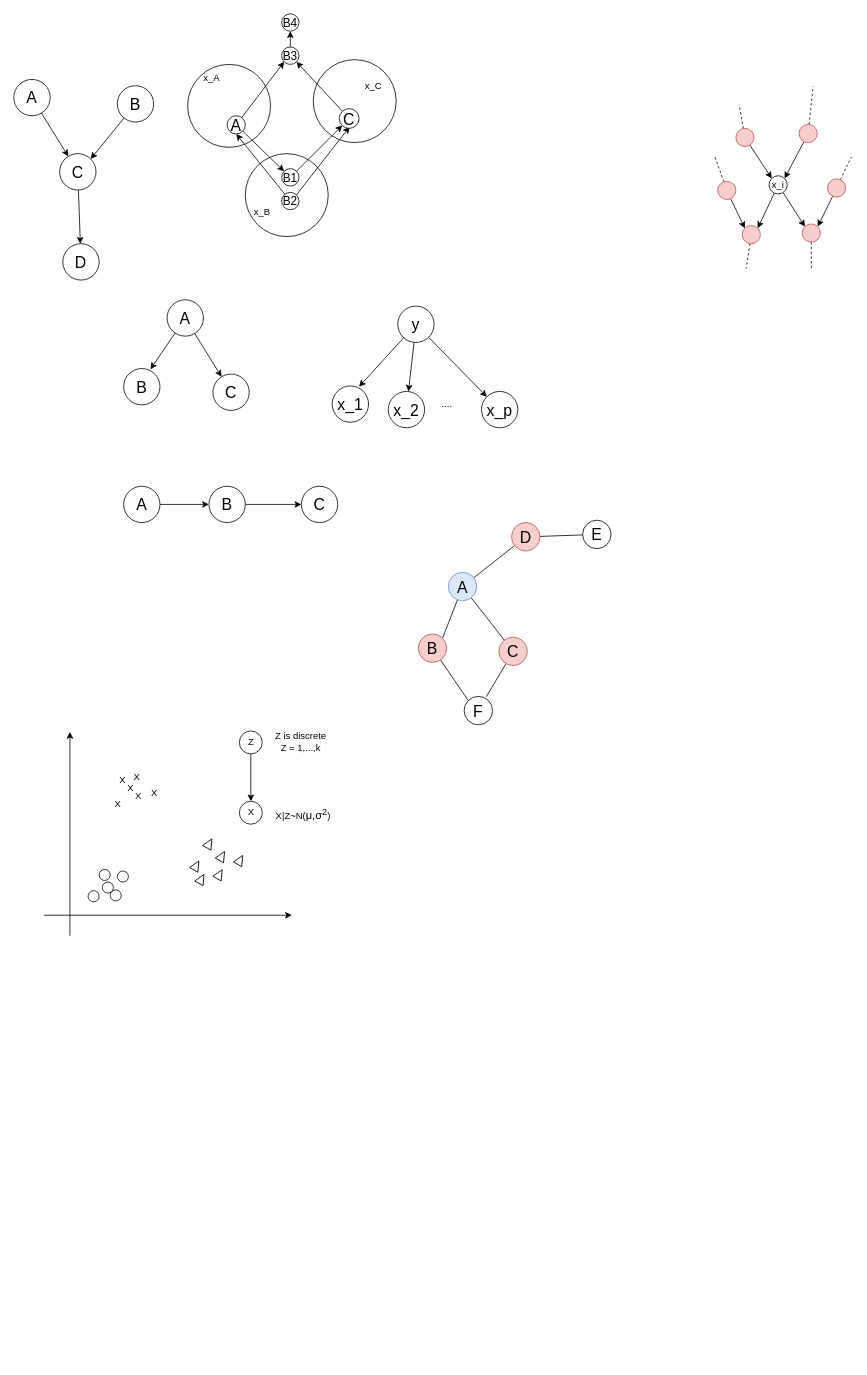
Before: bayes_mrf/img.drawio in soloistben/images, a draw.io diagram. Source tidied: cells renumbered, new cells numbered last; positions are measured from the earlier drawing's top-left corner, leaving out a move shared by most shapes. Both pictures are drawn from the tidied source at 79%, with x=0, y=0 at pixel (13, 13).
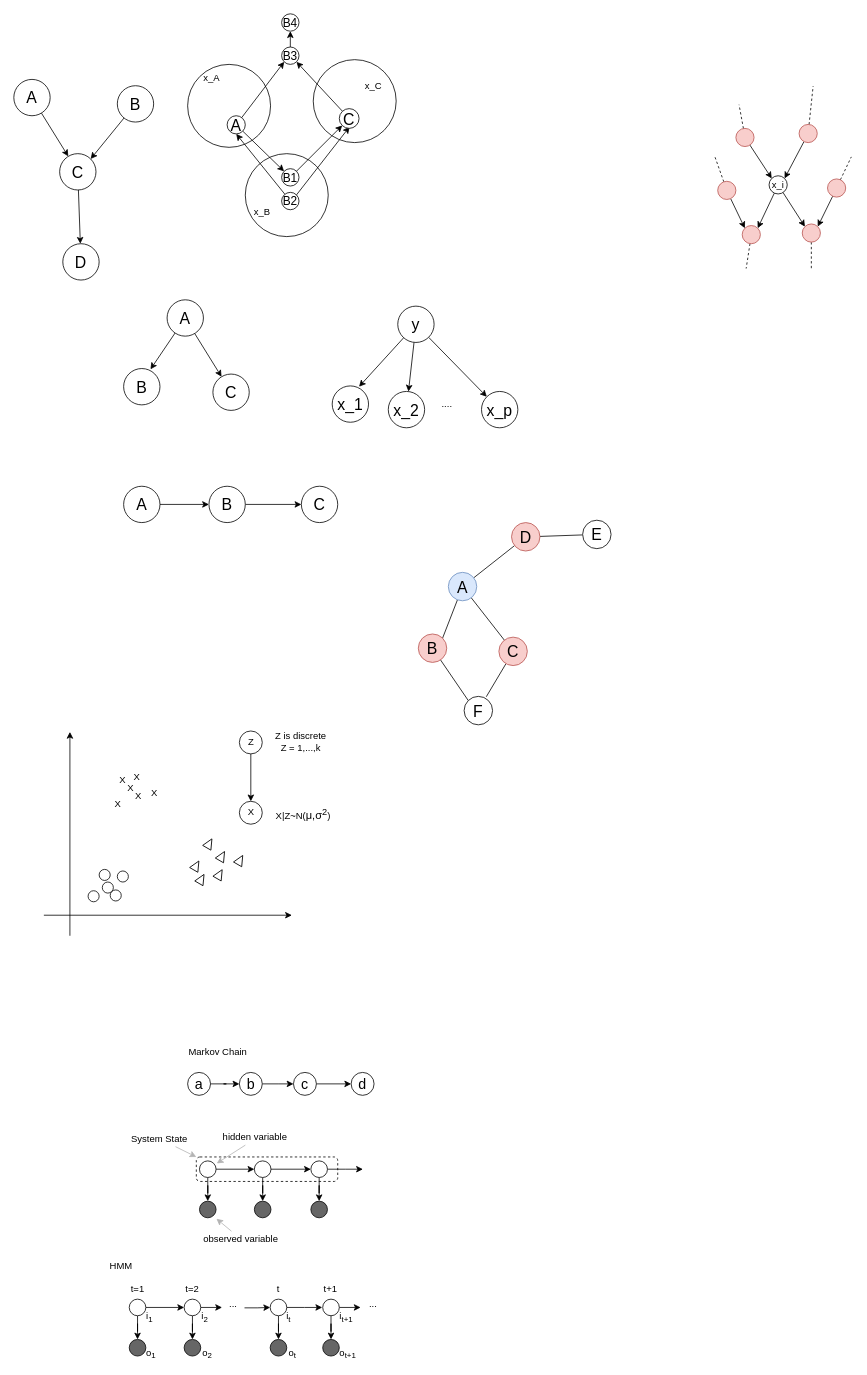
After the change.

Change to the diagram source:
```diff
@@
+    <mxCell id="101" style="rounded=1;whiteSpace=wrap;html=1;fillColor=none;dashed=1;" parent="1" vertex="1">
+      <mxGeometry x="231" y="1447" width="179" height="31" as="geometry" />
+    </mxCell>
@@
+    <mxCell id="102" style="edgeStyle=orthogonalEdgeStyle;rounded=0;jettySize=auto;html=1;entryX=0;entryY=0.5;entryDx=0;entryDy=0;" parent="1" edge="1" source="103" target="105">
+      <mxGeometry relative="1" as="geometry" />
+    </mxCell>
+    <mxCell id="103" value="&lt;font style=&quot;font-size: 18px&quot;&gt;a&lt;/font&gt;" style="ellipse;whiteSpace=wrap;html=1;" parent="1" vertex="1">
+      <mxGeometry x="220" y="1340" width="29" height="29" as="geometry" />
+    </mxCell>
+    <mxCell id="104" style="edgeStyle=orthogonalEdgeStyle;rounded=0;jettySize=auto;html=1;entryX=0;entryY=0.5;entryDx=0;entryDy=0;" parent="1" edge="1" source="105" target="107">
+      <mxGeometry relative="1" as="geometry" />
+    </mxCell>
+    <mxCell id="105" value="&lt;font style=&quot;font-size: 18px&quot;&gt;b&lt;/font&gt;" style="ellipse;whiteSpace=wrap;html=1;" parent="1" vertex="1">
+      <mxGeometry x="285.5" y="1340" width="29" height="29" as="geometry" />
+    </mxCell>
+    <mxCell id="106" style="edgeStyle=orthogonalEdgeStyle;rounded=0;jettySize=auto;html=1;entryX=0;entryY=0.5;entryDx=0;entryDy=0;" parent="1" edge="1" source="107" target="108">
+      <mxGeometry relative="1" as="geometry" />
+    </mxCell>
+    <mxCell id="107" value="&lt;font style=&quot;font-size: 18px&quot;&gt;c&lt;/font&gt;" style="ellipse;whiteSpace=wrap;html=1;" parent="1" vertex="1">
+      <mxGeometry x="354" y="1340" width="29" height="29" as="geometry" />
+    </mxCell>
+    <mxCell id="108" value="&lt;font style=&quot;font-size: 18px&quot;&gt;d&lt;/font&gt;" style="ellipse;whiteSpace=wrap;html=1;" parent="1" vertex="1">
+      <mxGeometry x="427" y="1340" width="29" height="29" as="geometry" />
+    </mxCell>
+    <mxCell id="109" value="Markov Chain" style="text;html=1;align=center;verticalAlign=middle;" parent="1" vertex="1">
+      <mxGeometry x="216" y="1306" width="84" height="18" as="geometry" />
+    </mxCell>
+    <mxCell id="110" style="edgeStyle=orthogonalEdgeStyle;rounded=0;jettySize=auto;html=1;entryX=0.5;entryY=0;entryDx=0;entryDy=0;" parent="1" edge="1" source="112" target="119">
+      <mxGeometry relative="1" as="geometry" />
+    </mxCell>
+    <mxCell id="111" style="edgeStyle=orthogonalEdgeStyle;rounded=0;jettySize=auto;html=1;entryX=0;entryY=0.5;entryDx=0;entryDy=0;" parent="1" edge="1" source="112" target="115">
+      <mxGeometry relative="1" as="geometry" />
+    </mxCell>
+    <mxCell id="112" style="ellipse;whiteSpace=wrap;html=1;" parent="1" vertex="1">
+      <mxGeometry x="235" y="1452" width="21" height="21" as="geometry" />
+    </mxCell>
+    <mxCell id="113" style="edgeStyle=orthogonalEdgeStyle;rounded=0;jettySize=auto;html=1;entryX=0;entryY=0.5;entryDx=0;entryDy=0;" parent="1" edge="1" source="115" target="118">
+      <mxGeometry relative="1" as="geometry" />
+    </mxCell>
+    <mxCell id="114" style="edgeStyle=orthogonalEdgeStyle;rounded=0;jettySize=auto;html=1;entryX=0.5;entryY=0;entryDx=0;entryDy=0;" parent="1" edge="1" source="115" target="120">
+      <mxGeometry relative="1" as="geometry" />
+    </mxCell>
+    <mxCell id="115" style="ellipse;whiteSpace=wrap;html=1;" parent="1" vertex="1">
+      <mxGeometry x="304.5" y="1452" width="21" height="21" as="geometry" />
+    </mxCell>
+    <mxCell id="116" style="edgeStyle=orthogonalEdgeStyle;rounded=0;jettySize=auto;html=1;entryX=0.5;entryY=0;entryDx=0;entryDy=0;" parent="1" edge="1" source="118" target="121">
+      <mxGeometry relative="1" as="geometry" />
+    </mxCell>
+    <mxCell id="117" style="edgeStyle=orthogonalEdgeStyle;rounded=0;jettySize=auto;html=1;" parent="1" edge="1" source="118">
+      <mxGeometry relative="1" as="geometry">
+        <mxPoint x="441.9" y="1462.5" as="targetPoint" />
+      </mxGeometry>
+    </mxCell>
+    <mxCell id="118" style="ellipse;whiteSpace=wrap;html=1;" parent="1" vertex="1">
+      <mxGeometry x="376" y="1452" width="21" height="21" as="geometry" />
+    </mxCell>
+    <mxCell id="119" style="ellipse;whiteSpace=wrap;html=1;fillColor=#666666;" parent="1" vertex="1">
+      <mxGeometry x="235" y="1503" width="21" height="21" as="geometry" />
+    </mxCell>
+    <mxCell id="120" style="ellipse;whiteSpace=wrap;html=1;fillColor=#666666;" parent="1" vertex="1">
+      <mxGeometry x="304.5" y="1503" width="21" height="21" as="geometry" />
+    </mxCell>
+    <mxCell id="121" style="ellipse;whiteSpace=wrap;html=1;fillColor=#666666;" parent="1" vertex="1">
+      <mxGeometry x="376" y="1503" width="21" height="21" as="geometry" />
+    </mxCell>
+    <mxCell id="122" style="rounded=0;jettySize=auto;html=1;entryX=0;entryY=0;entryDx=0;entryDy=0;strokeColor=#B3B3B3;" parent="1" edge="1" source="123" target="101">
+      <mxGeometry relative="1" as="geometry" />
+    </mxCell>
+    <mxCell id="123" value="System State" style="text;html=1;strokeColor=none;fillColor=none;align=center;verticalAlign=middle;whiteSpace=wrap;rounded=0;dashed=1;" parent="1" vertex="1">
+      <mxGeometry x="145" y="1414" width="79" height="20" as="geometry" />
+    </mxCell>
+    <mxCell id="124" style="edgeStyle=none;rounded=0;orthogonalLoop=1;jettySize=auto;html=1;entryX=1;entryY=0;entryDx=0;entryDy=0;strokeColor=#B3B3B3;" parent="1" edge="1">
+      <mxGeometry relative="1" as="geometry">
+        <mxPoint x="293.1" y="1432" as="sourcePoint" />
+        <mxPoint x="256.9" y="1455.1" as="targetPoint" />
+      </mxGeometry>
+    </mxCell>
+    <mxCell id="125" value="hidden variable" style="text;html=1;strokeColor=none;fillColor=none;align=center;verticalAlign=middle;whiteSpace=wrap;rounded=0;dashed=1;" parent="1" vertex="1">
+      <mxGeometry x="260.5" y="1412" width="88.5" height="20" as="geometry" />
+    </mxCell>
+    <mxCell id="126" style="edgeStyle=none;rounded=0;jettySize=auto;html=1;strokeColor=#B3B3B3;" parent="1" edge="1" source="127">
+      <mxGeometry relative="1" as="geometry">
+        <mxPoint x="256.5" y="1525.2" as="targetPoint" />
+      </mxGeometry>
+    </mxCell>
+    <mxCell id="127" value="observed variable" style="text;html=1;strokeColor=none;fillColor=none;align=center;verticalAlign=middle;whiteSpace=wrap;rounded=0;dashed=1;" parent="1" vertex="1">
+      <mxGeometry x="231" y="1541" width="113" height="20" as="geometry" />
+    </mxCell>
+    <mxCell id="128" style="edgeStyle=orthogonalEdgeStyle;rounded=0;jettySize=auto;html=1;entryX=0.5;entryY=0;entryDx=0;entryDy=0;" parent="1" edge="1" source="130" target="138">
+      <mxGeometry relative="1" as="geometry" />
+    </mxCell>
+    <mxCell id="129" style="edgeStyle=orthogonalEdgeStyle;rounded=0;jettySize=auto;html=1;entryX=0;entryY=0.5;entryDx=0;entryDy=0;" parent="1" edge="1" source="130" target="134">
+      <mxGeometry relative="1" as="geometry" />
+    </mxCell>
+    <mxCell id="130" style="ellipse;whiteSpace=wrap;html=1;" parent="1" vertex="1">
+      <mxGeometry x="146.1" y="1627" width="21" height="21" as="geometry" />
+    </mxCell>
+    <mxCell id="131" style="edgeStyle=orthogonalEdgeStyle;rounded=0;jettySize=auto;html=1;entryX=0;entryY=0.5;entryDx=0;entryDy=0;" parent="1" edge="1" target="137">
+      <mxGeometry relative="1" as="geometry">
+        <mxPoint x="292" y="1638" as="sourcePoint" />
+        <Array as="points">
+          <mxPoint x="308" y="1638" />
+        </Array>
+      </mxGeometry>
+    </mxCell>
+    <mxCell id="132" style="edgeStyle=orthogonalEdgeStyle;rounded=0;jettySize=auto;html=1;entryX=0.5;entryY=0;entryDx=0;entryDy=0;" parent="1" edge="1" source="134" target="139">
+      <mxGeometry relative="1" as="geometry" />
+    </mxCell>
+    <mxCell id="133" style="edgeStyle=none;rounded=0;jettySize=auto;html=1;" parent="1" edge="1" source="134">
+      <mxGeometry relative="1" as="geometry">
+        <mxPoint x="263.6" y="1637.5" as="targetPoint" />
+      </mxGeometry>
+    </mxCell>
+    <mxCell id="134" style="ellipse;whiteSpace=wrap;html=1;" parent="1" vertex="1">
+      <mxGeometry x="215.6" y="1627" width="21" height="21" as="geometry" />
+    </mxCell>
+    <mxCell id="135" style="edgeStyle=orthogonalEdgeStyle;rounded=0;jettySize=auto;html=1;entryX=0.5;entryY=0;entryDx=0;entryDy=0;" parent="1" edge="1" source="137" target="140">
+      <mxGeometry relative="1" as="geometry" />
+    </mxCell>
+    <mxCell id="136" style="edgeStyle=orthogonalEdgeStyle;rounded=0;jettySize=auto;html=1;" parent="1" edge="1" source="137">
+      <mxGeometry relative="1" as="geometry">
+        <mxPoint x="390.4" y="1637.5" as="targetPoint" />
+      </mxGeometry>
+    </mxCell>
+    <mxCell id="137" style="ellipse;whiteSpace=wrap;html=1;" parent="1" vertex="1">
+      <mxGeometry x="324.5" y="1627" width="21" height="21" as="geometry" />
+    </mxCell>
+    <mxCell id="138" style="ellipse;whiteSpace=wrap;html=1;fillColor=#666666;" parent="1" vertex="1">
+      <mxGeometry x="146.1" y="1678" width="21" height="21" as="geometry" />
+    </mxCell>
+    <mxCell id="139" style="ellipse;whiteSpace=wrap;html=1;fillColor=#666666;" parent="1" vertex="1">
+      <mxGeometry x="215.6" y="1678" width="21" height="21" as="geometry" />
+    </mxCell>
+    <mxCell id="140" style="ellipse;whiteSpace=wrap;html=1;fillColor=#666666;" parent="1" vertex="1">
+      <mxGeometry x="324.5" y="1678" width="21" height="21" as="geometry" />
+    </mxCell>
+    <mxCell id="141" value="HMM" style="text;html=1;strokeColor=none;fillColor=none;align=center;verticalAlign=middle;whiteSpace=wrap;rounded=0;dashed=1;" parent="1" vertex="1">
+      <mxGeometry x="115" y="1575" width="42" height="20" as="geometry" />
+    </mxCell>
+    <mxCell id="142" value="t=1" style="text;html=1;strokeColor=none;fillColor=none;align=center;verticalAlign=middle;whiteSpace=wrap;rounded=0;dashed=1;" parent="1" vertex="1">
+      <mxGeometry x="146" y="1605" width="22" height="20" as="geometry" />
+    </mxCell>
+    <mxCell id="143" value="t=2" style="text;html=1;strokeColor=none;fillColor=none;align=center;verticalAlign=middle;whiteSpace=wrap;rounded=0;dashed=1;" parent="1" vertex="1">
+      <mxGeometry x="214.6" y="1605" width="22" height="20" as="geometry" />
+    </mxCell>
+    <mxCell id="144" value="..." style="text;html=1;strokeColor=none;fillColor=none;align=center;verticalAlign=middle;whiteSpace=wrap;rounded=0;dashed=1;" parent="1" vertex="1">
+      <mxGeometry x="267" y="1623" width="22" height="20" as="geometry" />
+    </mxCell>
+    <mxCell id="145" style="edgeStyle=orthogonalEdgeStyle;rounded=0;jettySize=auto;html=1;entryX=0.5;entryY=0;entryDx=0;entryDy=0;" parent="1" edge="1" source="147" target="148">
+      <mxGeometry relative="1" as="geometry" />
+    </mxCell>
+    <mxCell id="146" style="edgeStyle=none;rounded=0;jettySize=auto;html=1;" parent="1" edge="1" source="147">
+      <mxGeometry relative="1" as="geometry">
+        <mxPoint x="439" y="1637.5" as="targetPoint" />
+      </mxGeometry>
+    </mxCell>
+    <mxCell id="147" style="ellipse;whiteSpace=wrap;html=1;" parent="1" vertex="1">
+      <mxGeometry x="391" y="1627" width="21" height="21" as="geometry" />
+    </mxCell>
+    <mxCell id="148" style="ellipse;whiteSpace=wrap;html=1;fillColor=#666666;" parent="1" vertex="1">
+      <mxGeometry x="391" y="1678" width="21" height="21" as="geometry" />
+    </mxCell>
+    <mxCell id="149" value="t+1" style="text;html=1;strokeColor=none;fillColor=none;align=center;verticalAlign=middle;whiteSpace=wrap;rounded=0;dashed=1;" parent="1" vertex="1">
+      <mxGeometry x="390" y="1605" width="22" height="20" as="geometry" />
+    </mxCell>
+    <mxCell id="150" value="..." style="text;html=1;strokeColor=none;fillColor=none;align=center;verticalAlign=middle;whiteSpace=wrap;rounded=0;dashed=1;" parent="1" vertex="1">
+      <mxGeometry x="443.5" y="1623" width="22" height="20" as="geometry" />
+    </mxCell>
+    <mxCell id="151" value="t" style="text;html=1;strokeColor=none;fillColor=none;align=center;verticalAlign=middle;whiteSpace=wrap;rounded=0;dashed=1;" parent="1" vertex="1">
+      <mxGeometry x="324" y="1605" width="22" height="20" as="geometry" />
+    </mxCell>
+    <mxCell id="152" value="i&lt;sub&gt;1&lt;/sub&gt;" style="text;html=1;strokeColor=none;fillColor=none;align=center;verticalAlign=middle;whiteSpace=wrap;rounded=0;dashed=1;" parent="1" vertex="1">
+      <mxGeometry x="161" y="1640" width="22" height="20" as="geometry" />
+    </mxCell>
+    <mxCell id="153" value="i&lt;sub&gt;2&lt;/sub&gt;" style="text;html=1;strokeColor=none;fillColor=none;align=center;verticalAlign=middle;whiteSpace=wrap;rounded=0;dashed=1;" parent="1" vertex="1">
+      <mxGeometry x="231" y="1640" width="22" height="20" as="geometry" />
+    </mxCell>
+    <mxCell id="154" value="i&lt;sub&gt;t&lt;/sub&gt;" style="text;html=1;strokeColor=none;fillColor=none;align=center;verticalAlign=middle;whiteSpace=wrap;rounded=0;dashed=1;" parent="1" vertex="1">
+      <mxGeometry x="337" y="1640" width="22" height="20" as="geometry" />
+    </mxCell>
+    <mxCell id="155" value="i&lt;sub&gt;t+1&lt;/sub&gt;" style="text;html=1;strokeColor=none;fillColor=none;align=center;verticalAlign=middle;whiteSpace=wrap;rounded=0;dashed=1;" parent="1" vertex="1">
+      <mxGeometry x="410" y="1640" width="22" height="20" as="geometry" />
+    </mxCell>
+    <mxCell id="156" value="o&lt;sub&gt;1&lt;/sub&gt;" style="text;html=1;strokeColor=none;fillColor=none;align=center;verticalAlign=middle;whiteSpace=wrap;rounded=0;dashed=1;" parent="1" vertex="1">
+      <mxGeometry x="163" y="1686" width="22" height="20" as="geometry" />
+    </mxCell>
+    <mxCell id="157" value="o&lt;sub&gt;2&lt;/sub&gt;" style="text;html=1;strokeColor=none;fillColor=none;align=center;verticalAlign=middle;whiteSpace=wrap;rounded=0;dashed=1;" parent="1" vertex="1">
+      <mxGeometry x="234" y="1686" width="22" height="20" as="geometry" />
+    </mxCell>
+    <mxCell id="158" value="o&lt;sub&gt;t&lt;/sub&gt;" style="text;html=1;strokeColor=none;fillColor=none;align=center;verticalAlign=middle;whiteSpace=wrap;rounded=0;dashed=1;" parent="1" vertex="1">
+      <mxGeometry x="342" y="1686" width="22" height="20" as="geometry" />
+    </mxCell>
+    <mxCell id="159" value="o&lt;sub&gt;t+1&lt;/sub&gt;" style="text;html=1;strokeColor=none;fillColor=none;align=center;verticalAlign=middle;whiteSpace=wrap;rounded=0;dashed=1;" parent="1" vertex="1">
+      <mxGeometry x="412" y="1686" width="22" height="20" as="geometry" />
+    </mxCell>
```
